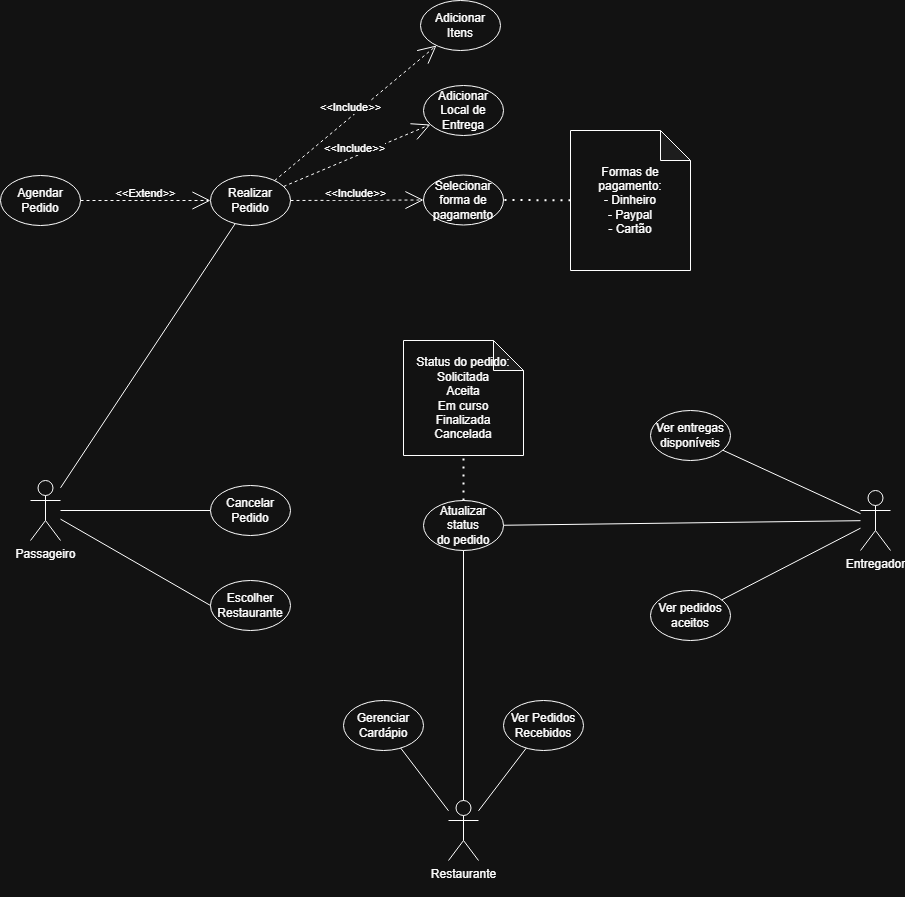
LucasnProg/UberPB keeps this draw.io diagram as documentação/CasoDeUso-UberPb-Delivery.drawio.png. Above is the earlier version. Source tidied: cells renumbered, new cells last; positions are measured from the earlier drawing's top-left corner, leaving out a move shared by most shapes. The source it was exported from:
```xml
<mxGraphModel>
  <root>
    <mxCell id="0" />
    <mxCell id="1" parent="0" />
    <mxCell id="2" value="Passageiro&lt;div&gt;&lt;br&gt;&lt;/div&gt;" style="shape=umlActor;verticalLabelPosition=bottom;verticalAlign=top;html=1;" parent="1" vertex="1">
      <mxGeometry x="30" y="480" width="30" height="60" as="geometry" />
    </mxCell>
    <mxCell id="3" value="Escolher Restaurante" style="ellipse;whiteSpace=wrap;html=1;" parent="1" vertex="1">
      <mxGeometry x="210" y="580" width="80" height="50" as="geometry" />
    </mxCell>
    <mxCell id="4" style="endArrow=none;endSize=16;endFill=0;html=1;rounded=0;entryX=0;entryY=0.5;entryDx=0;entryDy=0;" parent="1" edge="1" source="2" target="3">
      <mxGeometry relative="1" as="geometry" />
    </mxCell>
    <mxCell id="5" value="Entregador&lt;div&gt;&lt;br&gt;&lt;/div&gt;" style="shape=umlActor;verticalLabelPosition=bottom;verticalAlign=top;html=1;" parent="1" vertex="1">
      <mxGeometry x="860" y="490" width="30" height="60" as="geometry" />
    </mxCell>
    <mxCell id="6" value="&lt;div&gt;Restaurante&lt;/div&gt;&lt;div&gt;&lt;br&gt;&lt;/div&gt;" style="shape=umlActor;verticalLabelPosition=bottom;verticalAlign=top;html=1;" parent="1" vertex="1">
      <mxGeometry x="448" y="800" width="30" height="60" as="geometry" />
    </mxCell>
    <mxCell id="7" value="Realizar Pedido" style="ellipse;whiteSpace=wrap;html=1;" parent="1" vertex="1">
      <mxGeometry x="210" y="175" width="80" height="50" as="geometry" />
    </mxCell>
    <mxCell id="8" value="Gerenciar Cardápio" style="ellipse;whiteSpace=wrap;html=1;" parent="1" vertex="1">
      <mxGeometry x="343" y="700" width="80" height="50" as="geometry" />
    </mxCell>
    <mxCell id="9" style="endArrow=none;endSize=16;endFill=0;html=1;rounded=0;" parent="1" edge="1" source="2" target="7">
      <mxGeometry relative="1" as="geometry" />
    </mxCell>
    <mxCell id="10" style="endArrow=none;endSize=16;endFill=0;html=1;rounded=0;" parent="1" edge="1" source="6" target="8">
      <mxGeometry relative="1" as="geometry" />
    </mxCell>
    <mxCell id="11" value="Ver Pedidos Recebidos" style="ellipse;whiteSpace=wrap;html=1;" parent="1" vertex="1">
      <mxGeometry x="503" y="700" width="80" height="50" as="geometry" />
    </mxCell>
    <mxCell id="12" style="endArrow=none;endSize=16;endFill=0;html=1;rounded=0;" parent="1" edge="1" source="6" target="11">
      <mxGeometry relative="1" as="geometry" />
    </mxCell>
    <mxCell id="13" value="Ver entregas disponíveis" style="ellipse;whiteSpace=wrap;html=1;" parent="1" vertex="1">
      <mxGeometry x="650" y="410" width="80" height="50" as="geometry" />
    </mxCell>
    <mxCell id="14" value="Status do pedido:&lt;div&gt;Solicitada&lt;/div&gt;&lt;div&gt;Aceita&lt;/div&gt;&lt;div&gt;Em curso&lt;/div&gt;&lt;div&gt;Finalizada&lt;/div&gt;&lt;div&gt;Cancelada&lt;/div&gt;" style="shape=note;whiteSpace=wrap;html=1;backgroundOutline=1;darkOpacity=0.05;" parent="1" vertex="1">
      <mxGeometry x="403" y="340" width="120" height="115" as="geometry" />
    </mxCell>
    <mxCell id="15" value="Atualizar status&lt;div&gt;do pedido&lt;/div&gt;" style="ellipse;whiteSpace=wrap;html=1;" parent="1" vertex="1">
      <mxGeometry x="423" y="500" width="80" height="50" as="geometry" />
    </mxCell>
    <mxCell id="16" style="endArrow=none;endSize=16;endFill=0;html=1;rounded=0;" parent="1" edge="1" source="6" target="15">
      <mxGeometry relative="1" as="geometry" />
    </mxCell>
    <mxCell id="17" style="endArrow=none;endSize=16;endFill=0;html=1;rounded=0;" parent="1" edge="1" source="15" target="5">
      <mxGeometry relative="1" as="geometry" />
    </mxCell>
    <mxCell id="18" style="endArrow=none;endSize=16;endFill=0;html=1;rounded=0;" parent="1" edge="1" source="13" target="5">
      <mxGeometry relative="1" as="geometry" />
    </mxCell>
    <mxCell id="19" style="endArrow=none;dashed=1;html=1;dashPattern=1 3;strokeWidth=2;rounded=0;strokeColor=default;align=center;verticalAlign=middle;fontFamily=Helvetica;fontSize=11;fontColor=default;labelBackgroundColor=default;" parent="1" edge="1" source="15" target="14">
      <mxGeometry relative="1" as="geometry" />
    </mxCell>
    <mxCell id="20" value="Ver pedidos aceitos" style="ellipse;whiteSpace=wrap;html=1;" parent="1" vertex="1">
      <mxGeometry x="650" y="590" width="80" height="50" as="geometry" />
    </mxCell>
    <mxCell id="21" style="endArrow=none;endSize=16;endFill=0;html=1;rounded=0;" parent="1" edge="1" source="20" target="5">
      <mxGeometry relative="1" as="geometry" />
    </mxCell>
    <mxCell id="22" style="endArrow=none;endSize=16;endFill=0;html=1;rounded=0;" parent="1" edge="1" source="2" target="23">
      <mxGeometry relative="1" as="geometry" />
    </mxCell>
    <mxCell id="23" value="Cancelar Pedido" style="ellipse;whiteSpace=wrap;html=1;" parent="1" vertex="1">
      <mxGeometry x="210" y="485" width="80" height="50" as="geometry" />
    </mxCell>
    <mxCell id="24" style="edgeStyle=none;shape=connector;rounded=0;orthogonalLoop=1;jettySize=auto;html=1;exitX=1;exitY=1;exitDx=0;exitDy=0;exitPerimeter=0;strokeColor=default;align=center;verticalAlign=middle;fontFamily=Helvetica;fontSize=11;fontColor=default;labelBackgroundColor=default;endArrow=classic;" parent="1" edge="1" source="14" target="14">
      <mxGeometry relative="1" as="geometry" />
    </mxCell>
    <mxCell id="25" value="Formas de pagamento:&lt;br&gt;- Dinheiro&lt;div&gt;- Paypal&lt;/div&gt;&lt;div&gt;- Cartão&lt;/div&gt;" style="shape=note;whiteSpace=wrap;html=1;backgroundOutline=1;darkOpacity=0.05;" parent="1" vertex="1">
      <mxGeometry x="570" y="130" width="120" height="140" as="geometry" />
    </mxCell>
    <mxCell id="26" value="Adicionar Itens" style="ellipse;whiteSpace=wrap;html=1;" parent="1" vertex="1">
      <mxGeometry x="420" width="80" height="50" as="geometry" />
    </mxCell>
    <mxCell id="27" value="Adicionar Local de Entrega" style="ellipse;whiteSpace=wrap;html=1;" parent="1" vertex="1">
      <mxGeometry x="423" y="85" width="80" height="50" as="geometry" />
    </mxCell>
    <mxCell id="28" value="Selecionar forma de pagamento" style="ellipse;whiteSpace=wrap;html=1;" parent="1" vertex="1">
      <mxGeometry x="423" y="174.5" width="80" height="50" as="geometry" />
    </mxCell>
    <mxCell id="29" style="endArrow=none;dashed=1;html=1;dashPattern=1 3;strokeWidth=2;rounded=0;strokeColor=default;align=center;verticalAlign=middle;fontFamily=Helvetica;fontSize=11;fontColor=default;labelBackgroundColor=default;" parent="1" edge="1" source="25" target="28">
      <mxGeometry relative="1" as="geometry" />
    </mxCell>
    <mxCell id="30" value="&amp;lt;&amp;lt;Include&amp;gt;&amp;gt;" style="endArrow=open;endSize=16;endFill=0;html=1;rounded=0;dashed=1;" parent="1" edge="1" source="7" target="26">
      <mxGeometry x="-0.01" y="7" relative="1" as="geometry" />
    </mxCell>
    <mxCell id="31" value="&amp;lt;&amp;lt;Include&amp;gt;&amp;gt;" style="endArrow=open;endSize=16;endFill=0;html=1;rounded=0;dashed=1;" parent="1" edge="1" source="7" target="27">
      <mxGeometry x="-0.01" y="7" relative="1" as="geometry" />
    </mxCell>
    <mxCell id="32" value="&amp;lt;&amp;lt;Include&amp;gt;&amp;gt;" style="endArrow=open;endSize=16;endFill=0;html=1;rounded=0;dashed=1;" parent="1" edge="1" source="7" target="28">
      <mxGeometry x="-0.01" y="7" relative="1" as="geometry" />
    </mxCell>
    <mxCell id="33" value="Agendar Pedido" style="ellipse;whiteSpace=wrap;html=1;" parent="1" vertex="1">
      <mxGeometry y="175" width="80" height="50" as="geometry" />
    </mxCell>
    <mxCell id="34" value="&amp;lt;&amp;lt;Extend&amp;gt;&amp;gt;" style="endArrow=open;endSize=16;endFill=0;html=1;rounded=0;dashed=1;" parent="1" edge="1" source="33" target="7">
      <mxGeometry x="-0.01" y="7" relative="1" as="geometry" />
    </mxCell>
  </root>
</mxGraphModel>
```
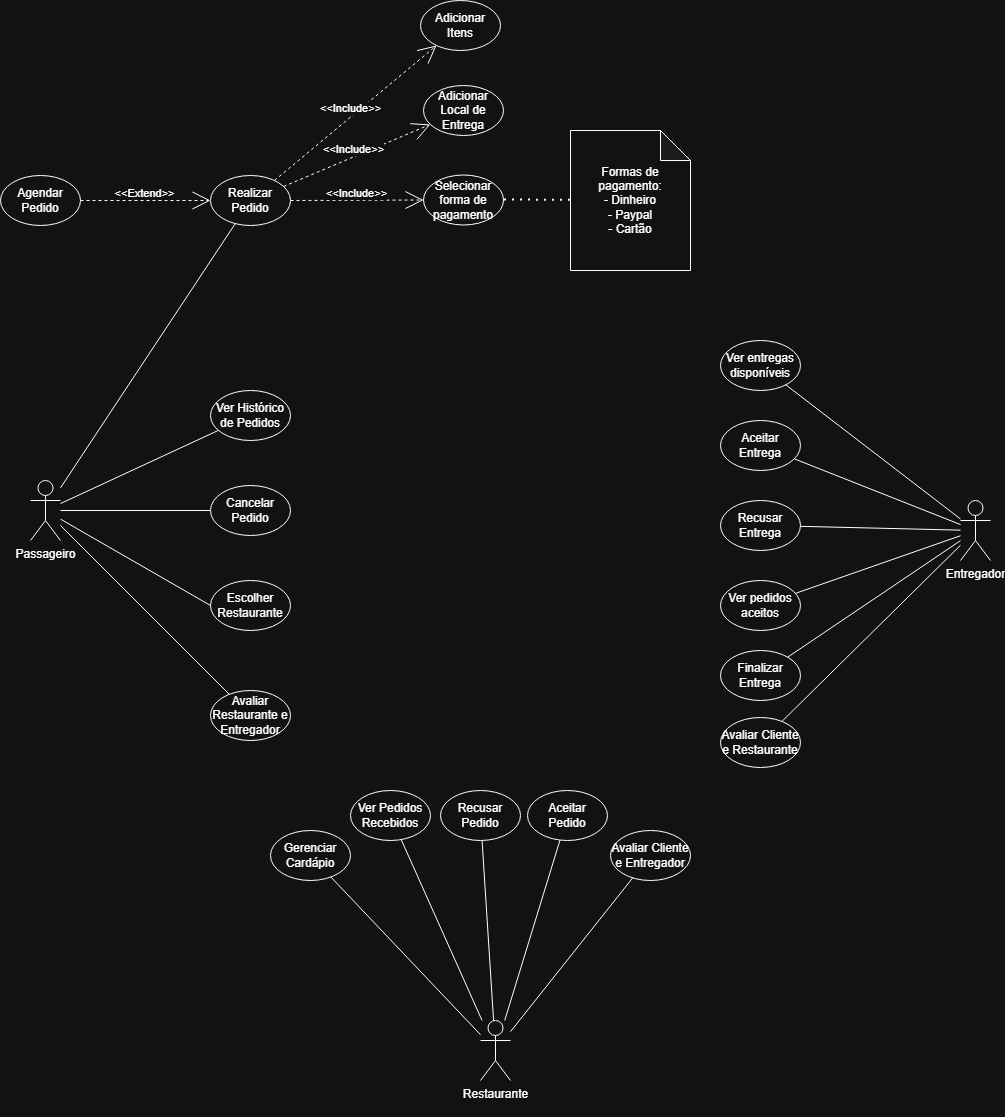
After the change.

Change to the diagram source:
```diff
@@ -12,16 +12,16 @@
       <mxGeometry relative="1" as="geometry" />
     </mxCell>
     <mxCell id="5" value="Entregador&lt;div&gt;&lt;br&gt;&lt;/div&gt;" style="shape=umlActor;verticalLabelPosition=bottom;verticalAlign=top;html=1;" parent="1" vertex="1">
-      <mxGeometry x="860" y="490" width="30" height="60" as="geometry" />
+      <mxGeometry x="960" y="500" width="30" height="60" as="geometry" />
     </mxCell>
     <mxCell id="6" value="&lt;div&gt;Restaurante&lt;/div&gt;&lt;div&gt;&lt;br&gt;&lt;/div&gt;" style="shape=umlActor;verticalLabelPosition=bottom;verticalAlign=top;html=1;" parent="1" vertex="1">
-      <mxGeometry x="448" y="800" width="30" height="60" as="geometry" />
+      <mxGeometry x="480" y="1020" width="30" height="60" as="geometry" />
     </mxCell>
     <mxCell id="7" value="Realizar Pedido" style="ellipse;whiteSpace=wrap;html=1;" parent="1" vertex="1">
       <mxGeometry x="210" y="175" width="80" height="50" as="geometry" />
     </mxCell>
     <mxCell id="8" value="Gerenciar Cardápio" style="ellipse;whiteSpace=wrap;html=1;" parent="1" vertex="1">
-      <mxGeometry x="343" y="700" width="80" height="50" as="geometry" />
+      <mxGeometry x="270" y="830" width="80" height="50" as="geometry" />
     </mxCell>
     <mxCell id="9" style="endArrow=none;endSize=16;endFill=0;html=1;rounded=0;" parent="1" edge="1" source="2" target="7">
       <mxGeometry relative="1" as="geometry" />
@@ -30,21 +30,18 @@
       <mxGeometry relative="1" as="geometry" />
     </mxCell>
     <mxCell id="11" value="Ver Pedidos Recebidos" style="ellipse;whiteSpace=wrap;html=1;" parent="1" vertex="1">
-      <mxGeometry x="503" y="700" width="80" height="50" as="geometry" />
+      <mxGeometry x="350" y="790" width="80" height="50" as="geometry" />
     </mxCell>
     <mxCell id="12" style="endArrow=none;endSize=16;endFill=0;html=1;rounded=0;" parent="1" edge="1" source="6" target="11">
       <mxGeometry relative="1" as="geometry" />
     </mxCell>
     <mxCell id="13" value="Ver entregas disponíveis" style="ellipse;whiteSpace=wrap;html=1;" parent="1" vertex="1">
-      <mxGeometry x="650" y="410" width="80" height="50" as="geometry" />
+      <mxGeometry x="720" y="340" width="80" height="50" as="geometry" />
     </mxCell>
-    <mxCell id="14" value="Status do pedido:&lt;div&gt;Solicitada&lt;/div&gt;&lt;div&gt;Aceita&lt;/div&gt;&lt;div&gt;Em curso&lt;/div&gt;&lt;div&gt;Finalizada&lt;/div&gt;&lt;div&gt;Cancelada&lt;/div&gt;" style="shape=note;whiteSpace=wrap;html=1;backgroundOutline=1;darkOpacity=0.05;" parent="1" vertex="1">
-      <mxGeometry x="403" y="340" width="120" height="115" as="geometry" />
-    </mxCell>
-    <mxCell id="15" value="Atualizar status&lt;div&gt;do pedido&lt;/div&gt;" style="ellipse;whiteSpace=wrap;html=1;" parent="1" vertex="1">
-      <mxGeometry x="423" y="500" width="80" height="50" as="geometry" />
+    <mxCell id="15" value="Aceitar Entrega" style="ellipse;whiteSpace=wrap;html=1;" parent="1" vertex="1">
+      <mxGeometry x="720" y="420" width="80" height="50" as="geometry" />
     </mxCell>
-    <mxCell id="16" style="endArrow=none;endSize=16;endFill=0;html=1;rounded=0;" parent="1" edge="1" source="6" target="15">
+    <mxCell id="16" style="endArrow=none;endSize=16;endFill=0;html=1;rounded=0;" parent="1" edge="1" source="6" target="46">
       <mxGeometry relative="1" as="geometry" />
     </mxCell>
     <mxCell id="17" style="endArrow=none;endSize=16;endFill=0;html=1;rounded=0;" parent="1" edge="1" source="15" target="5">
@@ -53,11 +50,8 @@
     <mxCell id="18" style="endArrow=none;endSize=16;endFill=0;html=1;rounded=0;" parent="1" edge="1" source="13" target="5">
       <mxGeometry relative="1" as="geometry" />
     </mxCell>
-    <mxCell id="19" style="endArrow=none;dashed=1;html=1;dashPattern=1 3;strokeWidth=2;rounded=0;strokeColor=default;align=center;verticalAlign=middle;fontFamily=Helvetica;fontSize=11;fontColor=default;labelBackgroundColor=default;" parent="1" edge="1" source="15" target="14">
-      <mxGeometry relative="1" as="geometry" />
-    </mxCell>
     <mxCell id="20" value="Ver pedidos aceitos" style="ellipse;whiteSpace=wrap;html=1;" parent="1" vertex="1">
-      <mxGeometry x="650" y="590" width="80" height="50" as="geometry" />
+      <mxGeometry x="720" y="580" width="80" height="50" as="geometry" />
     </mxCell>
     <mxCell id="21" style="endArrow=none;endSize=16;endFill=0;html=1;rounded=0;" parent="1" edge="1" source="20" target="5">
       <mxGeometry relative="1" as="geometry" />
@@ -68,8 +62,11 @@
     <mxCell id="23" value="Cancelar Pedido" style="ellipse;whiteSpace=wrap;html=1;" parent="1" vertex="1">
       <mxGeometry x="210" y="485" width="80" height="50" as="geometry" />
     </mxCell>
-    <mxCell id="24" style="edgeStyle=none;shape=connector;rounded=0;orthogonalLoop=1;jettySize=auto;html=1;exitX=1;exitY=1;exitDx=0;exitDy=0;exitPerimeter=0;strokeColor=default;align=center;verticalAlign=middle;fontFamily=Helvetica;fontSize=11;fontColor=default;labelBackgroundColor=default;endArrow=classic;" parent="1" edge="1" source="14" target="14">
-      <mxGeometry relative="1" as="geometry" />
+    <mxCell id="24" style="edgeStyle=none;shape=connector;rounded=0;orthogonalLoop=1;jettySize=auto;html=1;exitX=1;exitY=1;exitDx=0;exitDy=0;exitPerimeter=0;strokeColor=default;align=center;verticalAlign=middle;fontFamily=Helvetica;fontSize=11;fontColor=default;labelBackgroundColor=default;endArrow=classic;" parent="1" edge="1">
+      <mxGeometry relative="1" as="geometry">
+        <mxPoint x="443" y="540" as="sourcePoint" />
+        <mxPoint x="443" y="540" as="targetPoint" />
+      </mxGeometry>
     </mxCell>
     <mxCell id="25" value="Formas de pagamento:&lt;br&gt;- Dinheiro&lt;div&gt;- Paypal&lt;/div&gt;&lt;div&gt;- Cartão&lt;/div&gt;" style="shape=note;whiteSpace=wrap;html=1;backgroundOutline=1;darkOpacity=0.05;" parent="1" vertex="1">
       <mxGeometry x="570" y="130" width="120" height="140" as="geometry" />
@@ -101,5 +98,50 @@
     <mxCell id="34" value="&amp;lt;&amp;lt;Extend&amp;gt;&amp;gt;" style="endArrow=open;endSize=16;endFill=0;html=1;rounded=0;dashed=1;" parent="1" edge="1" source="33" target="7">
       <mxGeometry x="-0.01" y="7" relative="1" as="geometry" />
     </mxCell>
+    <mxCell id="35" value="Ver Histórico de Pedidos" style="ellipse;whiteSpace=wrap;html=1;" parent="1" vertex="1">
+      <mxGeometry x="210" y="390" width="80" height="50" as="geometry" />
+    </mxCell>
+    <mxCell id="36" style="endArrow=none;endSize=16;endFill=0;html=1;rounded=0;" parent="1" edge="1" source="2" target="35">
+      <mxGeometry relative="1" as="geometry" />
+    </mxCell>
+    <mxCell id="37" value="Avaliar Restaurante e Entregador" style="ellipse;whiteSpace=wrap;html=1;" parent="1" vertex="1">
+      <mxGeometry x="210" y="690" width="80" height="50" as="geometry" />
+    </mxCell>
+    <mxCell id="38" style="endArrow=none;endSize=16;endFill=0;html=1;rounded=0;" parent="1" edge="1" source="2" target="37">
+      <mxGeometry relative="1" as="geometry" />
+    </mxCell>
+    <mxCell id="39" value="Recusar Entrega" style="ellipse;whiteSpace=wrap;html=1;" parent="1" vertex="1">
+      <mxGeometry x="720" y="500" width="80" height="50" as="geometry" />
+    </mxCell>
+    <mxCell id="40" style="endArrow=none;endSize=16;endFill=0;html=1;rounded=0;" parent="1" edge="1" source="39" target="5">
+      <mxGeometry relative="1" as="geometry" />
+    </mxCell>
+    <mxCell id="41" value="Finalizar Entrega" style="ellipse;whiteSpace=wrap;html=1;" parent="1" vertex="1">
+      <mxGeometry x="720" y="650" width="80" height="50" as="geometry" />
+    </mxCell>
+    <mxCell id="42" style="endArrow=none;endSize=16;endFill=0;html=1;rounded=0;" parent="1" edge="1" source="41" target="5">
+      <mxGeometry relative="1" as="geometry" />
+    </mxCell>
+    <mxCell id="43" value="Avaliar Cliente e Restaurante" style="ellipse;whiteSpace=wrap;html=1;" parent="1" vertex="1">
+      <mxGeometry x="720" y="717" width="80" height="50" as="geometry" />
+    </mxCell>
+    <mxCell id="44" style="endArrow=none;endSize=16;endFill=0;html=1;rounded=0;" parent="1" edge="1" source="43" target="5">
+      <mxGeometry relative="1" as="geometry" />
+    </mxCell>
+    <mxCell id="45" value="Aceitar Pedido" style="ellipse;whiteSpace=wrap;html=1;" parent="1" vertex="1">
+      <mxGeometry x="527" y="790" width="80" height="50" as="geometry" />
+    </mxCell>
+    <mxCell id="46" value="Recusar Pedido" style="ellipse;whiteSpace=wrap;html=1;" parent="1" vertex="1">
+      <mxGeometry x="440" y="790" width="80" height="50" as="geometry" />
+    </mxCell>
+    <mxCell id="47" style="endArrow=none;endSize=16;endFill=0;html=1;rounded=0;" parent="1" edge="1" source="6" target="45">
+      <mxGeometry relative="1" as="geometry" />
+    </mxCell>
+    <mxCell id="48" value="Avaliar Cliente e Entregador" style="ellipse;whiteSpace=wrap;html=1;" parent="1" vertex="1">
+      <mxGeometry x="610" y="830" width="80" height="50" as="geometry" />
+    </mxCell>
+    <mxCell id="49" style="endArrow=none;endSize=16;endFill=0;html=1;rounded=0;" parent="1" edge="1" source="6" target="48">
+      <mxGeometry relative="1" as="geometry" />
+    </mxCell>
   </root>
 </mxGraphModel>
```
